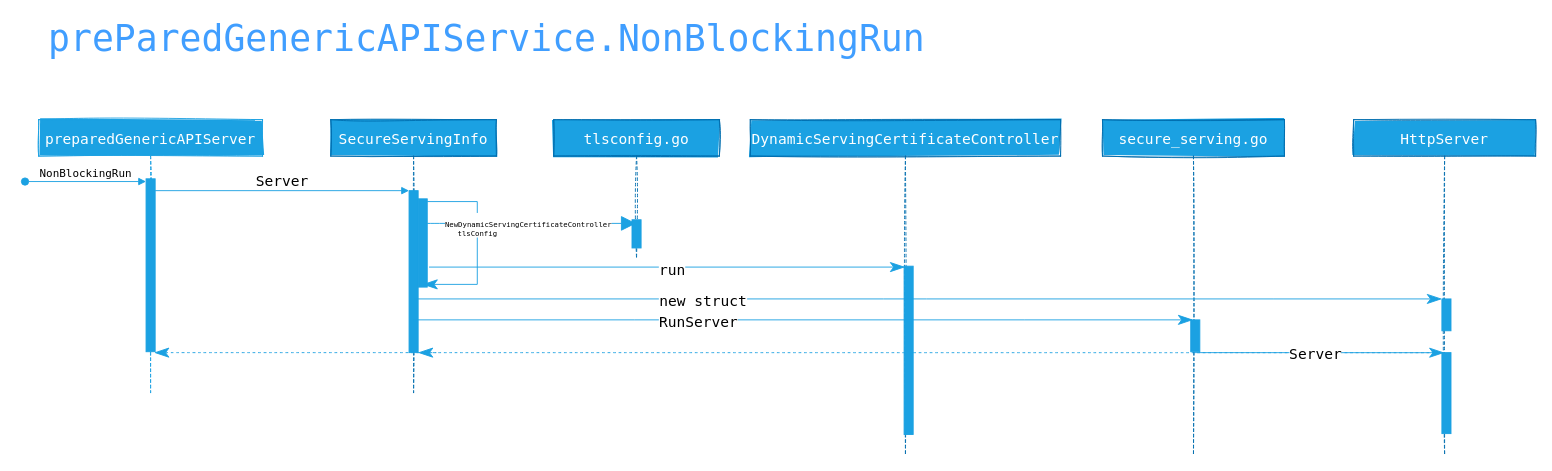
K8SCL/assets-repo keeps this draw.io diagram as k8scl/generic-server-parsing/generic-server-server-NonBlokingRun.drawio. Above is the earlier version. Source tidied: cells renumbered, new cells numbered last; positions are measured from the earlier drawing's top-left corner, leaving out a move shared by most shapes. Both pictures are drawn from the tidied source at 91%, with x=0, y=0 at pixel (25, 24).
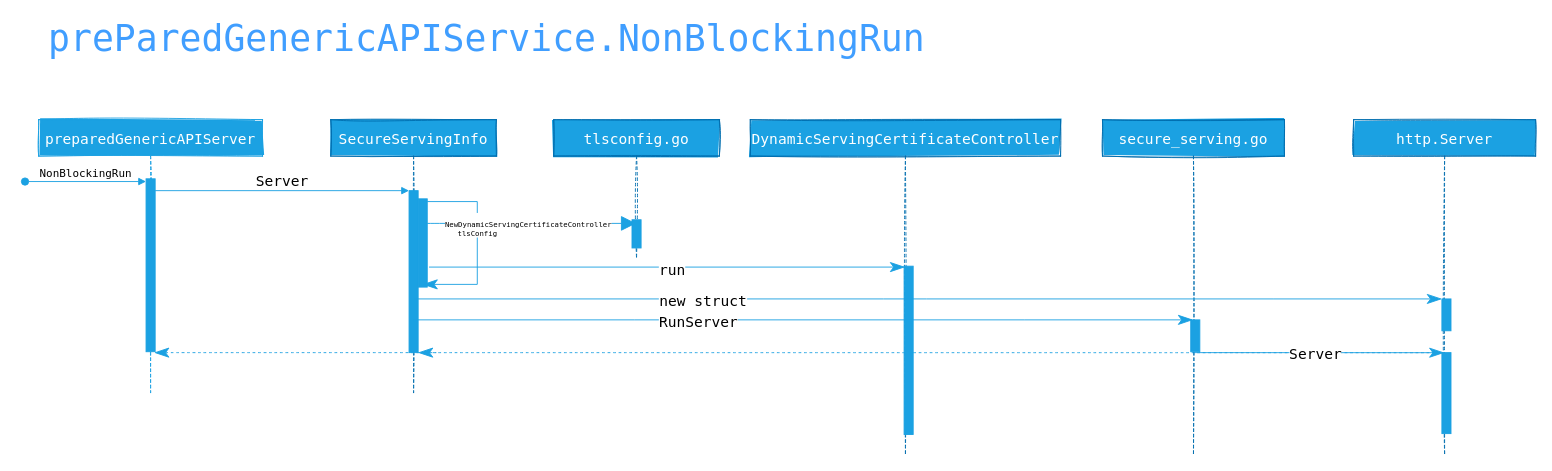
After the change.

The edit, as a diff of the source:
```diff
@@
-    <mxCell id="27" value="HttpServer" style="shape=umlLifeline;perimeter=lifelinePerimeter;rounded=0;shadow=0;strokeWidth=1;sketch=1;hachureGap=4;fontFamily=Lucida Console;fontSize=16;fillColor=#1ba1e2;fontColor=#ffffff;strokeColor=#006EAF;fillStyle=solid;" parent="1" vertex="1">
+    <mxCell id="27" value="http.Server" style="shape=umlLifeline;perimeter=lifelinePerimeter;rounded=0;shadow=0;strokeWidth=1;sketch=1;hachureGap=4;fontFamily=Lucida Console;fontSize=16;fillColor=#1ba1e2;fontColor=#ffffff;strokeColor=#006EAF;fillStyle=solid;" parent="1" vertex="1">
       <mxGeometry x="1460" y="105" width="200" height="369" as="geometry" />
     </mxCell>
```
